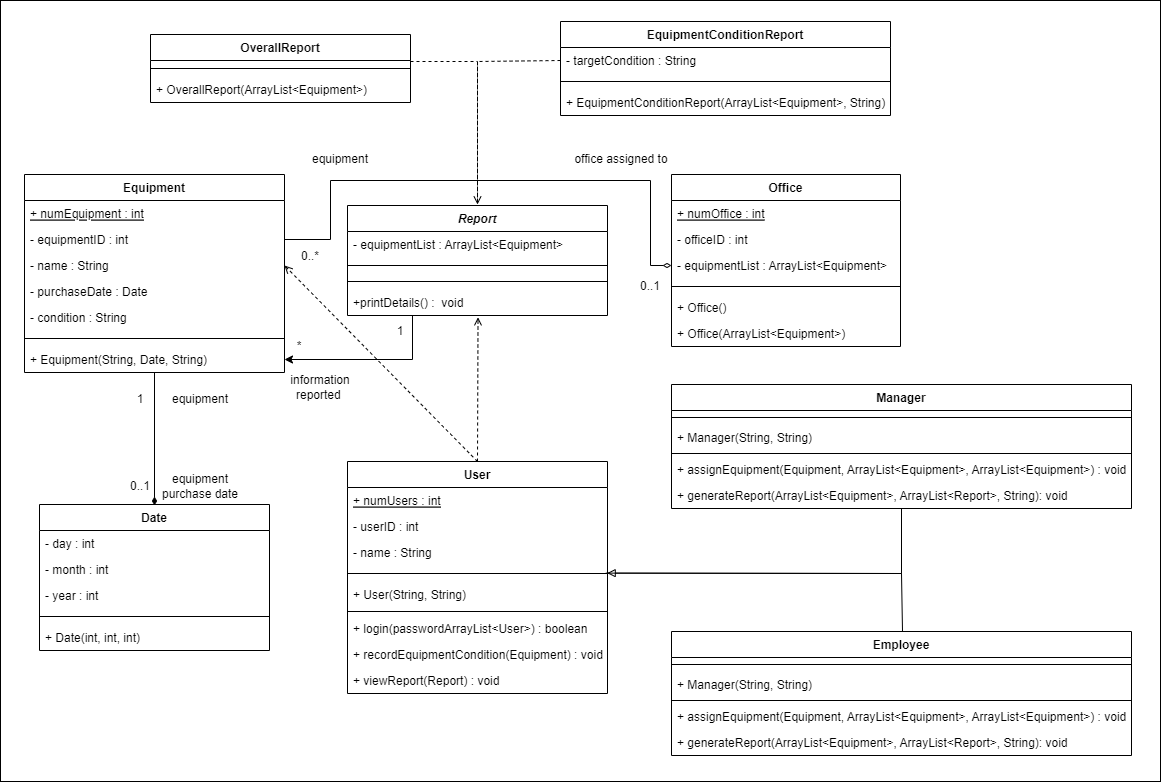
KillaDrex/Asset-Acquisition-Monitoring-System keeps this draw.io diagram as UMLS/Class Diagram.drawio.png. Above is the earlier version. Source tidied: cells renumbered, new cells last; positions are measured from the earlier drawing's top-left corner, leaving out a move shared by most shapes.
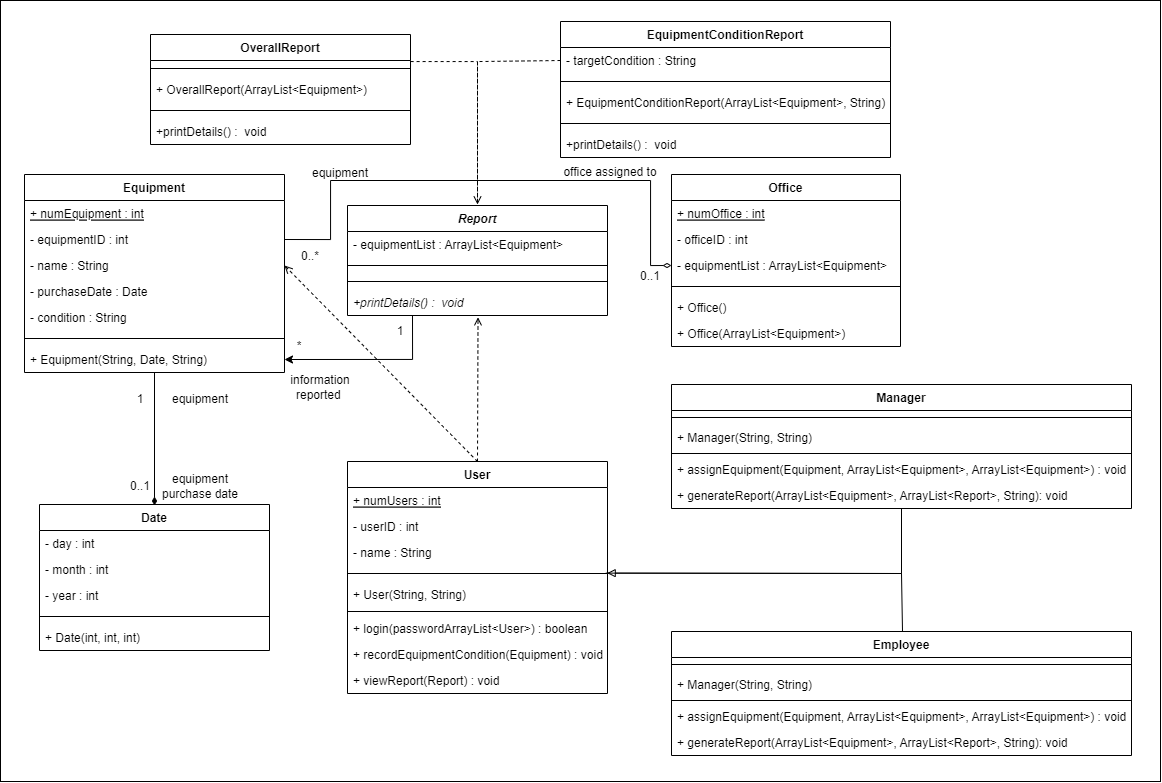
After the commit.

Commit message:
Finalized Class Diagram

Change to the diagram source:
```diff
@@ -156,7 +156,7 @@
     <mxCell id="48" style="line;strokeWidth=1;fillColor=none;align=left;verticalAlign=middle;spacingTop=-1;spacingLeft=3;spacingRight=3;labelPosition=right;" parent="45" vertex="1">
       <mxGeometry y="68" width="260" height="16" as="geometry" />
     </mxCell>
-    <mxCell id="49" value="+printDetails() :  void" style="text;strokeColor=none;fillColor=none;align=left;verticalAlign=top;spacingLeft=4;spacingRight=4;overflow=hidden;points=[[0,0.5],[1,0.5]];portConstraint=eastwest;fontStyle=0;" parent="45" vertex="1">
+    <mxCell id="49" value="+printDetails() :  void" style="text;strokeColor=none;fillColor=none;align=left;verticalAlign=top;spacingLeft=4;spacingRight=4;overflow=hidden;points=[[0,0.5],[1,0.5]];portConstraint=eastwest;fontStyle=2;" parent="45" vertex="1">
       <mxGeometry y="84" width="260" height="26" as="geometry" />
     </mxCell>
     <mxCell id="50" style="rounded=0;orthogonalLoop=1;jettySize=auto;html=1;exitX=1;exitY=0.5;exitDx=0;exitDy=0;dashed=1;endArrow=open;endFill=0;entryX=0.5;entryY=0;entryDx=0;entryDy=0;edgeStyle=orthogonalEdgeStyle;" parent="1" edge="1">
@@ -170,7 +170,7 @@
       </mxGeometry>
     </mxCell>
     <mxCell id="51" value="OverallReport" style="swimlane;fontStyle=1;align=center;verticalAlign=top;horizontal=1;startSize=26;" parent="1" vertex="1">
-      <mxGeometry x="150" y="34" width="260" height="68" as="geometry" />
+      <mxGeometry x="150" y="34" width="260" height="110" as="geometry" />
     </mxCell>
     <mxCell id="52" style="line;strokeWidth=1;fillColor=none;align=left;verticalAlign=middle;spacingTop=-1;spacingLeft=3;spacingRight=3;labelPosition=right;" parent="51" vertex="1">
       <mxGeometry y="26" width="260" height="16" as="geometry" />
@@ -178,8 +178,14 @@
     <mxCell id="53" value="+ OverallReport(ArrayList&lt;Equipment&gt;)" style="text;strokeColor=none;fillColor=none;align=left;verticalAlign=top;spacingLeft=4;spacingRight=4;overflow=hidden;" parent="51" vertex="1">
       <mxGeometry y="42" width="260" height="26" as="geometry" />
     </mxCell>
+    <mxCell id="78" style="line;strokeWidth=1;fillColor=none;align=left;verticalAlign=middle;spacingTop=-1;spacingLeft=3;spacingRight=3;labelPosition=right;" parent="51" vertex="1">
+      <mxGeometry y="68" width="260" height="16" as="geometry" />
+    </mxCell>
+    <mxCell id="79" value="+printDetails() :  void" style="text;strokeColor=none;fillColor=none;align=left;verticalAlign=top;spacingLeft=4;spacingRight=4;overflow=hidden;fontStyle=0;" parent="51" vertex="1">
+      <mxGeometry y="84" width="260" height="26" as="geometry" />
+    </mxCell>
     <mxCell id="54" value="EquipmentConditionReport" style="swimlane;fontStyle=1;align=center;verticalAlign=top;horizontal=1;startSize=26;" parent="1" vertex="1">
-      <mxGeometry x="560" y="21" width="330" height="94" as="geometry" />
+      <mxGeometry x="560" y="21" width="330" height="136" as="geometry" />
     </mxCell>
     <mxCell id="55" value="- targetCondition : String" style="text;strokeColor=none;fillColor=none;align=left;verticalAlign=top;spacingLeft=4;spacingRight=4;overflow=hidden;points=[[0,0.5],[1,0.5]];portConstraint=eastwest;" parent="54" vertex="1">
       <mxGeometry y="26" width="330" height="26" as="geometry" />
@@ -190,6 +196,12 @@
     <mxCell id="57" value="+ EquipmentConditionReport(ArrayList&lt;Equipment&gt;, String)" style="text;strokeColor=none;fillColor=none;align=left;verticalAlign=top;spacingLeft=4;spacingRight=4;overflow=hidden;" parent="54" vertex="1">
       <mxGeometry y="68" width="330" height="26" as="geometry" />
     </mxCell>
+    <mxCell id="80" style="line;strokeWidth=1;fillColor=none;align=left;verticalAlign=middle;spacingTop=-1;spacingLeft=3;spacingRight=3;labelPosition=right;" parent="54" vertex="1">
+      <mxGeometry y="94" width="330" height="16" as="geometry" />
+    </mxCell>
+    <mxCell id="81" value="+printDetails() :  void" style="text;strokeColor=none;fillColor=none;align=left;verticalAlign=top;spacingLeft=4;spacingRight=4;overflow=hidden;fontStyle=0;" parent="54" vertex="1">
+      <mxGeometry y="110" width="330" height="26" as="geometry" />
+    </mxCell>
     <mxCell id="58" style="edgeStyle=orthogonalEdgeStyle;rounded=0;orthogonalLoop=1;jettySize=auto;html=1;exitX=0.5;exitY=0;exitDx=0;exitDy=0;entryX=0.5;entryY=0.962;entryDx=0;entryDy=0;entryPerimeter=0;endArrow=none;endFill=0;startArrow=diamondThin;startFill=1;" parent="1" edge="1">
       <mxGeometry relative="1" as="geometry">
         <mxPoint x="154" y="505" as="sourcePoint" />
@@ -243,13 +255,13 @@
       <mxGeometry x="150" y="384" width="100" height="30" as="geometry" />
     </mxCell>
     <mxCell id="71" value="equipment" style="text;html=1;strokeColor=none;fillColor=none;align=center;verticalAlign=middle;whiteSpace=wrap;rounded=0;" parent="1" vertex="1">
-      <mxGeometry x="290" y="144" width="100" height="30" as="geometry" />
+      <mxGeometry x="290" y="158" width="100" height="30" as="geometry" />
     </mxCell>
     <mxCell id="72" value="office assigned to" style="text;html=1;strokeColor=none;fillColor=none;align=center;verticalAlign=middle;whiteSpace=wrap;rounded=0;" parent="1" vertex="1">
-      <mxGeometry x="571" y="144" width="100" height="30" as="geometry" />
+      <mxGeometry x="560" y="157" width="100" height="30" as="geometry" />
     </mxCell>
     <mxCell id="73" value="0..1" style="text;html=1;strokeColor=none;fillColor=none;align=center;verticalAlign=middle;whiteSpace=wrap;rounded=0;" parent="1" vertex="1">
-      <mxGeometry x="620" y="271" width="60" height="30" as="geometry" />
+      <mxGeometry x="620" y="261" width="60" height="30" as="geometry" />
     </mxCell>
     <mxCell id="74" value="0..*" style="text;html=1;strokeColor=none;fillColor=none;align=center;verticalAlign=middle;whiteSpace=wrap;rounded=0;" parent="1" vertex="1">
       <mxGeometry x="280" y="241" width="60" height="30" as="geometry" />
```
